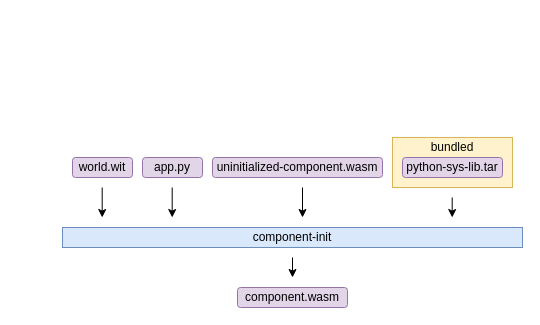
Before: componentize-py-inside-stage2b.drawio in dicej/presentations, a draw.io diagram. Source tidied: cells renumbered, new cells numbered last; positions are measured from the earlier drawing's top-left corner, leaving out a move shared by most shapes. Both pictures are drawn from the tidied source at 100%, with x=0, y=0 at pixel (62, 137).
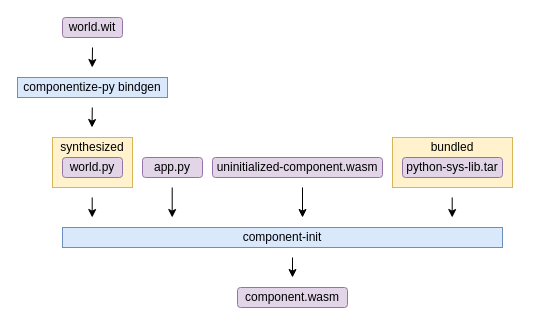
Above is the later version.

What changed in the source:
```diff
@@
     <mxCell id="2" style="endArrow=classic;html=1;rounded=0;" parent="1" edge="1">
       <mxGeometry relative="1" as="geometry">
-        <mxPoint x="39.7" y="50" as="sourcePoint" />
-        <mxPoint x="39.7" y="80" as="targetPoint" />
+        <mxPoint x="30" y="-90" as="sourcePoint" />
+        <mxPoint x="29.7" y="-70" as="targetPoint" />
       </mxGeometry>
     </mxCell>
     <mxCell id="3" value="world.wit" style="rounded=1;whiteSpace=wrap;html=1;fillColor=#e1d5e7;strokeColor=#9673a6;" parent="1" vertex="1">
-      <mxGeometry x="10" y="20" width="60" height="20" as="geometry" />
+      <mxGeometry y="-120" width="60" height="20" as="geometry" />
     </mxCell>
@@
     <mxCell id="6" value="component-init" style="rounded=0;whiteSpace=wrap;html=1;fillColor=#dae8fc;strokeColor=#6c8ebf;" parent="1" vertex="1">
-      <mxGeometry y="90" width="460" height="20" as="geometry" />
+      <mxGeometry y="90" width="440" height="20" as="geometry" />
     </mxCell>
@@
+    <mxCell id="15" value="synthesized" style="rounded=0;whiteSpace=wrap;html=1;fillColor=#fff2cc;strokeColor=#d6b656;spacingTop=-30;" parent="1" vertex="1">
+      <mxGeometry x="-10" width="80" height="50" as="geometry" />
+    </mxCell>
+    <mxCell id="16" value="world.py" style="rounded=1;whiteSpace=wrap;html=1;fillColor=#e1d5e7;strokeColor=#9673a6;" parent="1" vertex="1">
+      <mxGeometry y="20" width="60" height="20" as="geometry" />
+    </mxCell>
+    <mxCell id="17" style="edgeStyle=orthogonalEdgeStyle;rounded=0;orthogonalLoop=1;jettySize=auto;html=1;exitX=0.5;exitY=1;exitDx=0;exitDy=0;" parent="1" edge="1" source="15" target="15">
+      <mxGeometry relative="1" as="geometry" />
+    </mxCell>
+    <mxCell id="18" style="endArrow=classic;html=1;rounded=0;" parent="1" edge="1">
+      <mxGeometry relative="1" as="geometry">
+        <mxPoint x="29.7" y="60" as="sourcePoint" />
+        <mxPoint x="29.7" y="80" as="targetPoint" />
+      </mxGeometry>
+    </mxCell>
+    <mxCell id="19" value="componentize-py bindgen" style="rounded=0;whiteSpace=wrap;html=1;fillColor=#dae8fc;strokeColor=#6c8ebf;" parent="1" vertex="1">
+      <mxGeometry x="-45" y="-60" width="150" height="20" as="geometry" />
+    </mxCell>
+    <mxCell id="20" style="endArrow=classic;html=1;rounded=0;" parent="1" edge="1">
+      <mxGeometry relative="1" as="geometry">
+        <mxPoint x="29.8" y="-30" as="sourcePoint" />
+        <mxPoint x="29.5" y="-10" as="targetPoint" />
+      </mxGeometry>
+    </mxCell>
```
